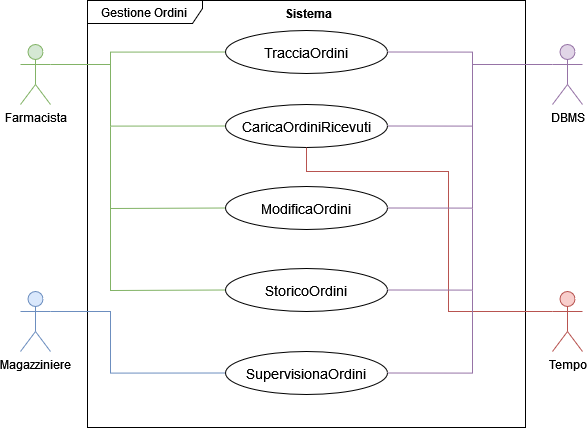
The draw.io diagram Documentazione aggiornata/Gestione Ordini.png in innovazionebot/Pharmalink, before a commit. Source tidied: cells renumbered, new cells last; positions are measured from the earlier drawing's top-left corner, leaving out a move shared by most shapes.
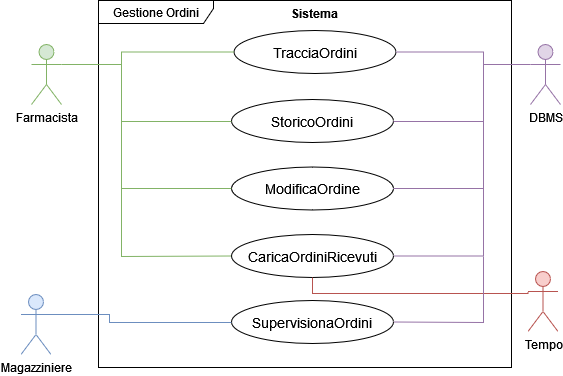
The same file after the commit.

What changed in the source:
```diff
@@ -3,125 +3,130 @@
     <mxCell id="0" />
     <mxCell id="1" parent="0" />
     <mxCell id="2" value="Gestione Ordini" style="shape=umlFrame;whiteSpace=wrap;html=1;width=115;height=23;" parent="1" vertex="1">
-      <mxGeometry x="67" width="438" height="427" as="geometry" />
+      <mxGeometry x="67" width="413" height="367" as="geometry" />
     </mxCell>
     <mxCell id="3" value="Farmacista" style="shape=umlActor;verticalLabelPosition=bottom;verticalAlign=top;html=1;fillColor=#d5e8d4;strokeColor=#82b366;" parent="1" vertex="1">
       <mxGeometry y="44" width="30" height="60" as="geometry" />
     </mxCell>
     <mxCell id="4" value="DBMS" style="shape=umlActor;verticalLabelPosition=bottom;verticalAlign=top;html=1;fillColor=#e1d5e7;strokeColor=#9673a6;" parent="1" vertex="1">
-      <mxGeometry x="532" y="44" width="30" height="60" as="geometry" />
+      <mxGeometry x="499" y="44" width="30" height="60" as="geometry" />
     </mxCell>
     <mxCell id="5" value="Magazziniere" style="shape=umlActor;verticalLabelPosition=bottom;verticalAlign=top;html=1;fillColor=#dae8fc;strokeColor=#6c8ebf;" parent="1" vertex="1">
-      <mxGeometry y="291" width="30" height="60" as="geometry" />
+      <mxGeometry x="-10.5" y="294" width="30" height="60" as="geometry" />
     </mxCell>
     <mxCell id="6" value="Tempo" style="shape=umlActor;verticalLabelPosition=bottom;verticalAlign=top;html=1;fillColor=#f8cecc;strokeColor=#b85450;" parent="1" vertex="1">
-      <mxGeometry x="532" y="291" width="30" height="60" as="geometry" />
+      <mxGeometry x="496.5" y="271" width="30" height="60" as="geometry" />
     </mxCell>
     <mxCell id="7" value="TracciaOrdini" style="ellipse;whiteSpace=wrap;html=1;fontSize=14;strokeColor=default;verticalAlign=middle;align=center;horizontal=1;labelPosition=center;verticalLabelPosition=middle;" parent="1" vertex="1">
-      <mxGeometry x="205" y="30" width="162" height="43" as="geometry" />
+      <mxGeometry x="202.5" y="30" width="162" height="43" as="geometry" />
     </mxCell>
-    <mxCell id="8" value="CaricaOrdiniRicevuti" style="ellipse;whiteSpace=wrap;html=1;fontSize=14;strokeColor=default;verticalAlign=middle;align=center;horizontal=1;labelPosition=center;verticalLabelPosition=middle;" parent="1" vertex="1">
-      <mxGeometry x="205" y="104" width="162" height="43" as="geometry" />
+    <mxCell id="8" value="StoricoOrdini" style="ellipse;whiteSpace=wrap;html=1;fontSize=14;strokeColor=default;verticalAlign=middle;align=center;horizontal=1;labelPosition=center;verticalLabelPosition=middle;" parent="1" vertex="1">
+      <mxGeometry x="200" y="99" width="162" height="43" as="geometry" />
     </mxCell>
-    <mxCell id="9" value="ModificaOrdini" style="ellipse;whiteSpace=wrap;html=1;fontSize=14;strokeColor=default;verticalAlign=middle;align=center;horizontal=1;labelPosition=center;verticalLabelPosition=middle;" parent="1" vertex="1">
-      <mxGeometry x="205" y="186" width="162" height="43" as="geometry" />
+    <mxCell id="9" value="SupervisionaOrdini" style="ellipse;whiteSpace=wrap;html=1;fontSize=14;strokeColor=default;verticalAlign=middle;align=center;horizontal=1;labelPosition=center;verticalLabelPosition=middle;" parent="1" vertex="1">
+      <mxGeometry x="200" y="300" width="162" height="43" as="geometry" />
     </mxCell>
-    <mxCell id="10" value="StoricoOrdini" style="ellipse;whiteSpace=wrap;html=1;fontSize=14;strokeColor=default;verticalAlign=middle;align=center;horizontal=1;labelPosition=center;verticalLabelPosition=middle;" parent="1" vertex="1">
-      <mxGeometry x="205" y="268" width="162" height="43" as="geometry" />
+    <mxCell id="10" style="endArrow=none;html=1;rounded=0;entryX=0;entryY=0.5;entryDx=0;entryDy=0;edgeStyle=orthogonalEdgeStyle;exitX=1;exitY=0.3333333333333333;exitDx=0;exitDy=0;exitPerimeter=0;fillColor=#d5e8d4;strokeColor=#82b366;" parent="1" edge="1" source="3" target="7">
+      <mxGeometry relative="1" as="geometry">
+        <Array as="points">
+          <mxPoint x="90" y="64" />
+          <mxPoint x="90" y="52" />
+        </Array>
+      </mxGeometry>
     </mxCell>
-    <mxCell id="11" value="SupervisionaOrdini" style="ellipse;whiteSpace=wrap;html=1;fontSize=14;strokeColor=default;verticalAlign=middle;align=center;horizontal=1;labelPosition=center;verticalLabelPosition=middle;" parent="1" vertex="1">
-      <mxGeometry x="205" y="351" width="162" height="43" as="geometry" />
+    <mxCell id="11" style="endArrow=none;html=1;rounded=0;entryX=0;entryY=0.5;entryDx=0;entryDy=0;edgeStyle=orthogonalEdgeStyle;fillColor=#d5e8d4;strokeColor=#82b366;" parent="1" edge="1" target="8">
+      <mxGeometry relative="1" as="geometry">
+        <mxPoint x="90" y="64" as="sourcePoint" />
+        <Array as="points">
+          <mxPoint x="90" y="121" />
+          <mxPoint x="200" y="121" />
+        </Array>
+      </mxGeometry>
     </mxCell>
-    <mxCell id="12" style="endArrow=none;html=1;rounded=0;entryX=0;entryY=0.5;entryDx=0;entryDy=0;edgeStyle=orthogonalEdgeStyle;exitX=1;exitY=0.3333333333333333;exitDx=0;exitDy=0;exitPerimeter=0;fillColor=#d5e8d4;strokeColor=#82b366;" parent="1" edge="1" source="3" target="7">
+    <mxCell id="12" style="endArrow=none;html=1;rounded=0;entryX=0;entryY=0.5;entryDx=0;entryDy=0;edgeStyle=orthogonalEdgeStyle;exitX=1;exitY=0.3333333333333333;exitDx=0;exitDy=0;exitPerimeter=0;fillColor=#dae8fc;strokeColor=#6c8ebf;" parent="1" edge="1" source="5" target="9">
       <mxGeometry relative="1" as="geometry">
         <Array as="points">
-          <mxPoint x="90" y="64" />
-          <mxPoint x="90" y="52" />
+          <mxPoint x="78" y="314" />
+          <mxPoint x="78" y="322" />
+          <mxPoint x="200" y="322" />
         </Array>
       </mxGeometry>
     </mxCell>
-    <mxCell id="13" style="endArrow=none;html=1;rounded=0;entryX=0;entryY=0.5;entryDx=0;entryDy=0;edgeStyle=orthogonalEdgeStyle;fillColor=#d5e8d4;strokeColor=#82b366;" parent="1" edge="1" target="8">
+    <mxCell id="13" style="endArrow=none;html=1;rounded=0;fillColor=#e1d5e7;strokeColor=#9673a6;entryX=0;entryY=0.3333333333333333;entryDx=0;entryDy=0;entryPerimeter=0;exitX=1;exitY=0.5;exitDx=0;exitDy=0;edgeStyle=orthogonalEdgeStyle;" parent="1" edge="1" source="7" target="4">
       <mxGeometry relative="1" as="geometry">
-        <mxPoint x="90" y="64" as="sourcePoint" />
         <Array as="points">
-          <mxPoint x="90" y="126" />
+          <mxPoint x="452" y="52" />
+          <mxPoint x="452" y="64" />
         </Array>
       </mxGeometry>
     </mxCell>
-    <mxCell id="14" style="endArrow=none;html=1;rounded=0;entryX=0;entryY=0.5;entryDx=0;entryDy=0;edgeStyle=orthogonalEdgeStyle;fillColor=#d5e8d4;strokeColor=#82b366;" parent="1" edge="1" target="9">
+    <mxCell id="14" style="endArrow=none;html=1;rounded=0;fillColor=#e1d5e7;strokeColor=#9673a6;edgeStyle=orthogonalEdgeStyle;entryX=1;entryY=0.5;entryDx=0;entryDy=0;" parent="1" edge="1" target="8">
       <mxGeometry relative="1" as="geometry">
-        <mxPoint x="90" y="126" as="sourcePoint" />
+        <mxPoint x="452" y="63" as="sourcePoint" />
         <Array as="points">
-          <mxPoint x="91" y="208" />
-          <mxPoint x="205" y="208" />
+          <mxPoint x="452" y="121" />
+          <mxPoint x="362" y="121" />
         </Array>
       </mxGeometry>
     </mxCell>
-    <mxCell id="15" style="endArrow=none;html=1;rounded=0;entryX=0;entryY=0.5;entryDx=0;entryDy=0;edgeStyle=orthogonalEdgeStyle;fillColor=#d5e8d4;strokeColor=#82b366;" parent="1" edge="1" target="10">
-      <mxGeometry relative="1" as="geometry">
-        <mxPoint x="90" y="208" as="sourcePoint" />
-        <Array as="points">
-          <mxPoint x="92" y="290" />
-          <mxPoint x="205" y="290" />
-        </Array>
-      </mxGeometry>
+    <mxCell id="15" value="Sistema" style="text;align=center;fontStyle=1;verticalAlign=middle;spacingLeft=3;spacingRight=3;strokeColor=none;" parent="1" vertex="1">
+      <mxGeometry x="243.5" width="80" height="26" as="geometry" />
     </mxCell>
-    <mxCell id="16" style="endArrow=none;html=1;rounded=0;entryX=0;entryY=0.5;entryDx=0;entryDy=0;edgeStyle=orthogonalEdgeStyle;exitX=1;exitY=0.3333333333333333;exitDx=0;exitDy=0;exitPerimeter=0;fillColor=#dae8fc;strokeColor=#6c8ebf;" parent="1" edge="1" source="5" target="11">
-      <mxGeometry relative="1" as="geometry">
-        <Array as="points">
-          <mxPoint x="90" y="311" />
-          <mxPoint x="90" y="373" />
-        </Array>
-      </mxGeometry>
+    <mxCell id="16" value="ModificaOrdine" style="ellipse;whiteSpace=wrap;html=1;fontSize=14;strokeColor=default;verticalAlign=middle;align=center;horizontal=1;labelPosition=center;verticalLabelPosition=middle;" parent="1" vertex="1">
+      <mxGeometry x="200" y="166.5" width="162" height="43" as="geometry" />
     </mxCell>
-    <mxCell id="17" style="endArrow=none;html=1;rounded=0;entryX=0.5;entryY=1;entryDx=0;entryDy=0;fillColor=#f8cecc;strokeColor=#b85450;edgeStyle=orthogonalEdgeStyle;exitX=0;exitY=0.3333333333333333;exitDx=0;exitDy=0;exitPerimeter=0;" parent="1" edge="1" source="6" target="8">
-      <mxGeometry relative="1" as="geometry">
-        <Array as="points">
-          <mxPoint x="428" y="311" />
-          <mxPoint x="428" y="171" />
-          <mxPoint x="286" y="171" />
-        </Array>
-      </mxGeometry>
+    <mxCell id="17" value="CaricaOrdiniRicevuti" style="ellipse;whiteSpace=wrap;html=1;fontSize=14;strokeColor=default;verticalAlign=middle;align=center;horizontal=1;labelPosition=center;verticalLabelPosition=middle;" parent="1" vertex="1">
+      <mxGeometry x="200" y="234" width="162" height="43" as="geometry" />
     </mxCell>
-    <mxCell id="18" style="endArrow=none;html=1;rounded=0;fillColor=#e1d5e7;strokeColor=#9673a6;entryX=0;entryY=0.3333333333333333;entryDx=0;entryDy=0;entryPerimeter=0;exitX=1;exitY=0.5;exitDx=0;exitDy=0;edgeStyle=orthogonalEdgeStyle;" parent="1" edge="1" source="7" target="4">
+    <mxCell id="18" style="endArrow=none;html=1;rounded=0;entryX=0;entryY=0.5;entryDx=0;entryDy=0;edgeStyle=orthogonalEdgeStyle;fillColor=#d5e8d4;strokeColor=#82b366;" parent="1" edge="1" target="16">
       <mxGeometry relative="1" as="geometry">
+        <mxPoint x="90" y="120" as="sourcePoint" />
         <Array as="points">
-          <mxPoint x="452" y="52" />
-          <mxPoint x="452" y="64" />
+          <mxPoint x="90" y="188" />
         </Array>
       </mxGeometry>
     </mxCell>
-    <mxCell id="19" style="endArrow=none;html=1;rounded=0;fillColor=#e1d5e7;strokeColor=#9673a6;edgeStyle=orthogonalEdgeStyle;exitX=1;exitY=0.5;exitDx=0;exitDy=0;" parent="1" edge="1" source="8">
+    <mxCell id="19" style="endArrow=none;html=1;rounded=0;entryX=0;entryY=0.5;entryDx=0;entryDy=0;edgeStyle=orthogonalEdgeStyle;fillColor=#d5e8d4;strokeColor=#82b366;" parent="1" edge="1" target="17">
       <mxGeometry relative="1" as="geometry">
-        <mxPoint x="452" y="64" as="targetPoint" />
+        <mxPoint x="90" y="188" as="sourcePoint" />
+        <Array as="points">
+          <mxPoint x="90" y="256" />
+          <mxPoint x="90" y="324" />
+        </Array>
       </mxGeometry>
     </mxCell>
-    <mxCell id="20" style="endArrow=none;html=1;rounded=0;fillColor=#e1d5e7;strokeColor=#9673a6;edgeStyle=orthogonalEdgeStyle;exitX=1;exitY=0.5;exitDx=0;exitDy=0;" parent="1" edge="1" source="9">
+    <mxCell id="20" style="endArrow=none;html=1;rounded=0;fillColor=#e1d5e7;strokeColor=#9673a6;edgeStyle=orthogonalEdgeStyle;entryX=1;entryY=0.5;entryDx=0;entryDy=0;" parent="1" edge="1" target="17">
       <mxGeometry relative="1" as="geometry">
-        <mxPoint x="452" y="125" as="targetPoint" />
+        <mxPoint x="452" y="121" as="sourcePoint" />
         <Array as="points">
-          <mxPoint x="452" y="208" />
+          <mxPoint x="362" y="256" />
         </Array>
       </mxGeometry>
     </mxCell>
-    <mxCell id="21" style="endArrow=none;html=1;rounded=0;fillColor=#e1d5e7;strokeColor=#9673a6;edgeStyle=orthogonalEdgeStyle;entryX=1;entryY=0.5;entryDx=0;entryDy=0;" parent="1" edge="1" target="10">
+    <mxCell id="21" style="endArrow=none;html=1;rounded=0;fillColor=#e1d5e7;strokeColor=#9673a6;edgeStyle=orthogonalEdgeStyle;entryX=1;entryY=0.5;entryDx=0;entryDy=0;" parent="1" edge="1" target="16">
       <mxGeometry relative="1" as="geometry">
-        <mxPoint x="452" y="208" as="sourcePoint" />
+        <mxPoint x="452" y="188" as="sourcePoint" />
         <Array as="points">
-          <mxPoint x="452" y="290" />
+          <mxPoint x="453" y="188" />
         </Array>
       </mxGeometry>
     </mxCell>
-    <mxCell id="22" style="endArrow=none;html=1;rounded=0;fillColor=#e1d5e7;strokeColor=#9673a6;edgeStyle=orthogonalEdgeStyle;entryX=1;entryY=0.5;entryDx=0;entryDy=0;" parent="1" edge="1" target="11">
+    <mxCell id="22" style="endArrow=none;html=1;rounded=0;fillColor=#f8cecc;strokeColor=#b85450;edgeStyle=orthogonalEdgeStyle;exitX=0.5;exitY=1;exitDx=0;exitDy=0;entryX=0;entryY=0.3333333333333333;entryDx=0;entryDy=0;entryPerimeter=0;" parent="1" edge="1" source="17" target="6">
       <mxGeometry relative="1" as="geometry">
-        <mxPoint x="452" y="290" as="sourcePoint" />
         <Array as="points">
-          <mxPoint x="452" y="373" />
+          <mxPoint x="281" y="293" />
+          <mxPoint x="497" y="293" />
         </Array>
       </mxGeometry>
     </mxCell>
-    <mxCell id="23" value="Sistema" style="text;align=center;fontStyle=1;verticalAlign=middle;spacingLeft=3;spacingRight=3;strokeColor=none;" parent="1" vertex="1">
-      <mxGeometry x="248.5" width="80" height="26" as="geometry" />
+    <mxCell id="23" style="endArrow=none;html=1;rounded=0;fillColor=#e1d5e7;strokeColor=#9673a6;edgeStyle=orthogonalEdgeStyle;entryX=1;entryY=0.5;entryDx=0;entryDy=0;" parent="1" edge="1" target="9">
+      <mxGeometry relative="1" as="geometry">
+        <mxPoint x="452" y="256" as="sourcePoint" />
+        <Array as="points">
+          <mxPoint x="453" y="322" />
+          <mxPoint x="363" y="322" />
+        </Array>
+      </mxGeometry>
     </mxCell>
   </root>
 </mxGraphModel>
```
